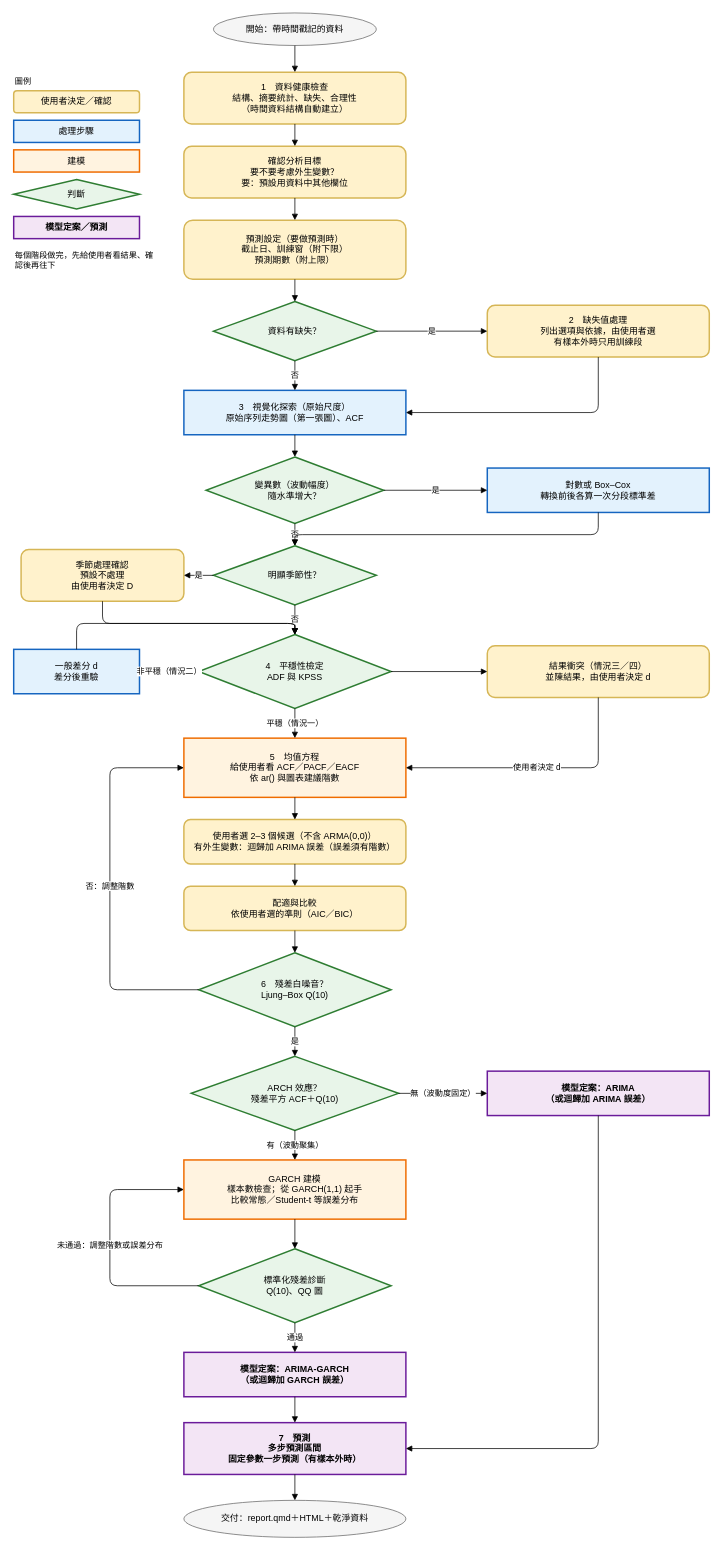
Earlier version of the draw.io diagram references/workflow.drawio (MinaseInori1202/timeseries-analysis). Source tidied: cells renumbered, new cells numbered last; positions are measured from the earlier drawing's top-left corner, leaving out a move shared by most shapes. Both pictures are drawn from the tidied source at 74%, with x=0, y=0 at pixel (13, 13).
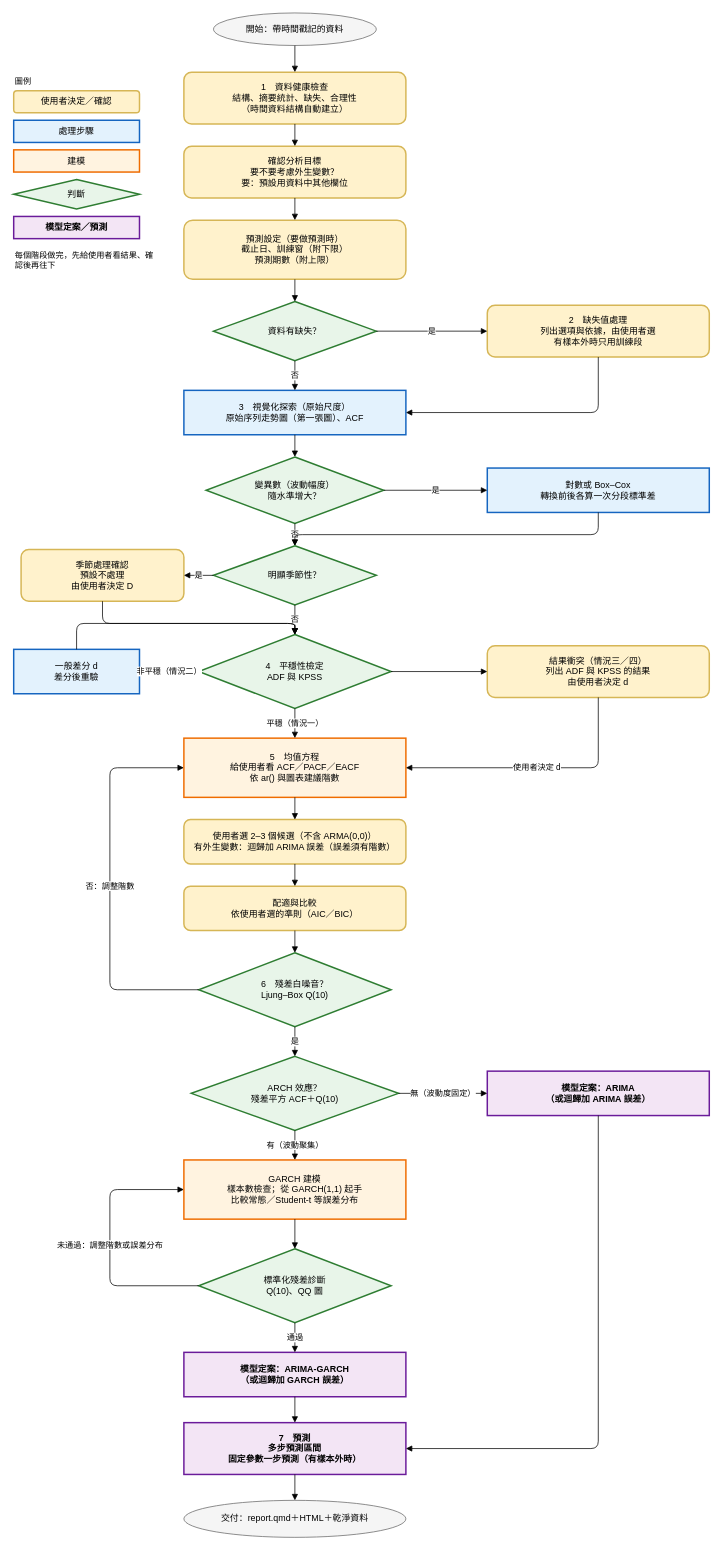
The same diagram, later.

Change to the diagram source:
```diff
@@
-    <mxCell id="15" value="結果衝突（情況三／四）&#10;並陳結果，由使用者決定 d" style="rounded=1;whiteSpace=wrap;html=1;fillColor=#fff2cc;strokeColor=#d6b656;strokeWidth=2;" parent="1" vertex="1">
+    <mxCell id="15" value="結果衝突（情況三／四）&#10;列出 ADF 與 KPSS 的結果&#10;由使用者決定 d" style="rounded=1;whiteSpace=wrap;html=1;fillColor=#fff2cc;strokeColor=#d6b656;strokeWidth=2;" parent="1" vertex="1">
       <mxGeometry x="640" y="855" width="300" height="70" as="geometry" />
     </mxCell>
```
